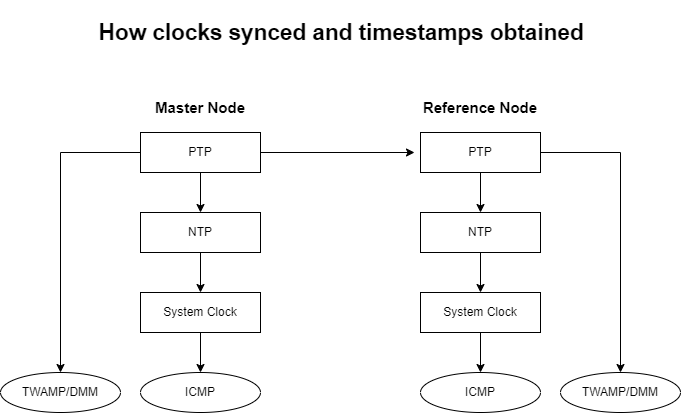
This is PTP.drawio.png from yangzi326/Python, a draw.io export, as it was before one commit. Source tidied: cells renumbered, new cells last; positions are measured from the earlier drawing's top-left corner, leaving out a move shared by most shapes. Its diagram source:
```xml
<mxGraphModel>
  <root>
    <mxCell id="0" />
    <mxCell id="1" parent="0" />
    <mxCell id="2" style="edgeStyle=orthogonalEdgeStyle;rounded=0;jettySize=auto;html=1;exitX=0.5;exitY=1;exitDx=0;exitDy=0;entryX=0.5;entryY=0;entryDx=0;entryDy=0;" parent="1" edge="1" source="5" target="16">
      <mxGeometry relative="1" as="geometry" />
    </mxCell>
    <mxCell id="3" style="edgeStyle=orthogonalEdgeStyle;rounded=0;jettySize=auto;html=1;exitX=1;exitY=0.5;exitDx=0;exitDy=0;entryX=-0.05;entryY=0.5;entryDx=0;entryDy=0;entryPerimeter=0;" parent="1" edge="1" source="5" target="8">
      <mxGeometry relative="1" as="geometry" />
    </mxCell>
    <mxCell id="4" style="edgeStyle=orthogonalEdgeStyle;rounded=0;jettySize=auto;html=1;exitX=0;exitY=0.5;exitDx=0;exitDy=0;entryX=0.5;entryY=0;entryDx=0;entryDy=0;" parent="1" edge="1" source="5" target="21">
      <mxGeometry relative="1" as="geometry" />
    </mxCell>
    <mxCell id="5" value="PTP" style="rounded=0;whiteSpace=wrap;html=1;" parent="1" vertex="1">
      <mxGeometry x="140" y="115" width="120" height="40" as="geometry" />
    </mxCell>
    <mxCell id="6" style="edgeStyle=orthogonalEdgeStyle;rounded=0;jettySize=auto;html=1;exitX=0.5;exitY=1;exitDx=0;exitDy=0;entryX=0.5;entryY=0;entryDx=0;entryDy=0;" parent="1" edge="1" source="8" target="10">
      <mxGeometry relative="1" as="geometry" />
    </mxCell>
    <mxCell id="7" style="edgeStyle=orthogonalEdgeStyle;rounded=0;jettySize=auto;html=1;exitX=1;exitY=0.5;exitDx=0;exitDy=0;entryX=0.5;entryY=0;entryDx=0;entryDy=0;" parent="1" edge="1" source="8">
      <mxGeometry relative="1" as="geometry">
        <mxPoint x="620" y="355" as="targetPoint" />
      </mxGeometry>
    </mxCell>
    <mxCell id="8" value="PTP" style="rounded=0;whiteSpace=wrap;html=1;" parent="1" vertex="1">
      <mxGeometry x="420" y="115" width="120" height="40" as="geometry" />
    </mxCell>
    <mxCell id="9" style="edgeStyle=orthogonalEdgeStyle;rounded=0;jettySize=auto;html=1;exitX=0.5;exitY=1;exitDx=0;exitDy=0;entryX=0.5;entryY=0;entryDx=0;entryDy=0;" parent="1" edge="1" source="10" target="14">
      <mxGeometry relative="1" as="geometry" />
    </mxCell>
    <mxCell id="10" value="NTP" style="rounded=0;whiteSpace=wrap;html=1;" parent="1" vertex="1">
      <mxGeometry x="420" y="195" width="120" height="40" as="geometry" />
    </mxCell>
    <mxCell id="11" style="edgeStyle=orthogonalEdgeStyle;rounded=0;jettySize=auto;html=1;exitX=0.5;exitY=1;exitDx=0;exitDy=0;entryX=0.5;entryY=0;entryDx=0;entryDy=0;" parent="1" edge="1" source="12">
      <mxGeometry relative="1" as="geometry">
        <mxPoint x="200" y="355" as="targetPoint" />
      </mxGeometry>
    </mxCell>
    <mxCell id="12" value="System Clock" style="rounded=0;whiteSpace=wrap;html=1;" parent="1" vertex="1">
      <mxGeometry x="140" y="275" width="120" height="40" as="geometry" />
    </mxCell>
    <mxCell id="13" style="edgeStyle=orthogonalEdgeStyle;rounded=0;jettySize=auto;html=1;exitX=0.5;exitY=1;exitDx=0;exitDy=0;entryX=0.5;entryY=0;entryDx=0;entryDy=0;" parent="1" edge="1" source="14">
      <mxGeometry relative="1" as="geometry">
        <mxPoint x="480" y="355" as="targetPoint" />
      </mxGeometry>
    </mxCell>
    <mxCell id="14" value="System Clock" style="rounded=0;whiteSpace=wrap;html=1;" parent="1" vertex="1">
      <mxGeometry x="420" y="275" width="120" height="40" as="geometry" />
    </mxCell>
    <mxCell id="15" style="edgeStyle=orthogonalEdgeStyle;rounded=0;jettySize=auto;html=1;exitX=0.5;exitY=1;exitDx=0;exitDy=0;entryX=0.5;entryY=0;entryDx=0;entryDy=0;" parent="1" edge="1" source="16" target="12">
      <mxGeometry relative="1" as="geometry" />
    </mxCell>
    <mxCell id="16" value="NTP" style="rounded=0;whiteSpace=wrap;html=1;" parent="1" vertex="1">
      <mxGeometry x="140" y="195" width="120" height="40" as="geometry" />
    </mxCell>
    <mxCell id="17" value="Master Node" style="text;html=1;strokeColor=none;fillColor=none;align=center;verticalAlign=middle;whiteSpace=wrap;rounded=0;fontStyle=1;fontSize=15;" parent="1" vertex="1">
      <mxGeometry x="140" y="75" width="120" height="30" as="geometry" />
    </mxCell>
    <mxCell id="18" value="Reference Node" style="text;html=1;strokeColor=none;fillColor=none;align=center;verticalAlign=middle;whiteSpace=wrap;rounded=0;fontStyle=1;fontSize=15;" parent="1" vertex="1">
      <mxGeometry x="420" y="75" width="120" height="30" as="geometry" />
    </mxCell>
    <mxCell id="19" value="ICMP" style="ellipse;whiteSpace=wrap;html=1;" parent="1" vertex="1">
      <mxGeometry x="420" y="355" width="120" height="40" as="geometry" />
    </mxCell>
    <mxCell id="20" value="ICMP" style="ellipse;whiteSpace=wrap;html=1;" parent="1" vertex="1">
      <mxGeometry x="140" y="355" width="120" height="40" as="geometry" />
    </mxCell>
    <mxCell id="21" value="TWAMP/DMM" style="ellipse;whiteSpace=wrap;html=1;" parent="1" vertex="1">
      <mxGeometry y="355" width="120" height="40" as="geometry" />
    </mxCell>
    <mxCell id="22" value="TWAMP/DMM" style="ellipse;whiteSpace=wrap;html=1;" parent="1" vertex="1">
      <mxGeometry x="560" y="355" width="120" height="40" as="geometry" />
    </mxCell>
    <mxCell id="23" value="&lt;h2&gt;&lt;b&gt;How clocks synced and timestamps obtained&lt;/b&gt;&lt;/h2&gt;" style="text;html=1;strokeColor=none;fillColor=none;align=center;verticalAlign=middle;whiteSpace=wrap;rounded=0;fontSize=15;" parent="1" vertex="1">
      <mxGeometry x="61" width="560" height="30" as="geometry" />
    </mxCell>
  </root>
</mxGraphModel>
```
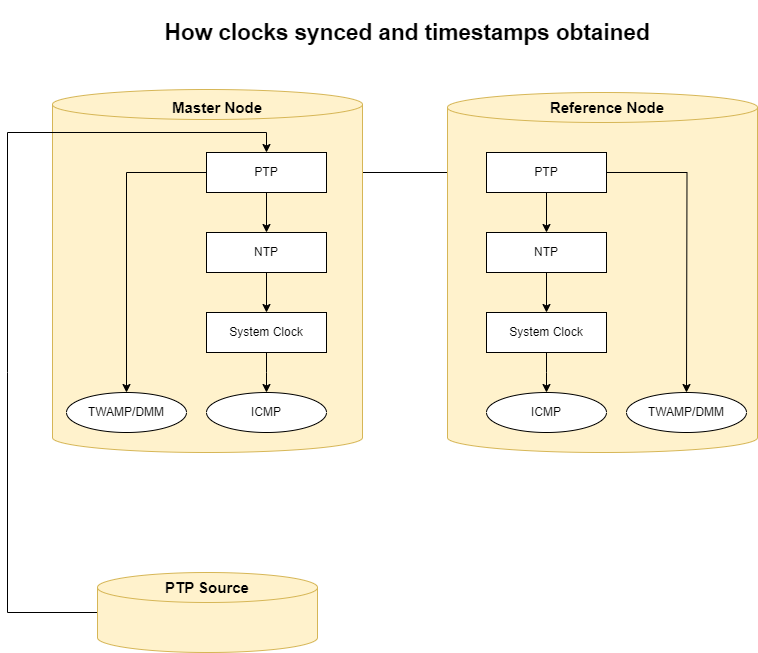
Above is the later version.

Diff of the diagram source:
```diff
@@ -2,77 +2,117 @@
   <root>
     <mxCell id="0" />
     <mxCell id="1" parent="0" />
-    <mxCell id="2" style="edgeStyle=orthogonalEdgeStyle;rounded=0;jettySize=auto;html=1;exitX=0.5;exitY=1;exitDx=0;exitDy=0;entryX=0.5;entryY=0;entryDx=0;entryDy=0;" parent="1" edge="1" source="5" target="16">
-      <mxGeometry relative="1" as="geometry" />
-    </mxCell>
-    <mxCell id="3" style="edgeStyle=orthogonalEdgeStyle;rounded=0;jettySize=auto;html=1;exitX=1;exitY=0.5;exitDx=0;exitDy=0;entryX=-0.05;entryY=0.5;entryDx=0;entryDy=0;entryPerimeter=0;" parent="1" edge="1" source="5" target="8">
+    <mxCell id="3" style="edgeStyle=orthogonalEdgeStyle;rounded=0;jettySize=auto;html=1;exitX=1;exitY=0.5;exitDx=0;exitDy=0;entryX=0;entryY=0.5;entryDx=0;entryDy=0;" parent="1" edge="1" source="5" target="8">
       <mxGeometry relative="1" as="geometry" />
     </mxCell>
-    <mxCell id="4" style="edgeStyle=orthogonalEdgeStyle;rounded=0;jettySize=auto;html=1;exitX=0;exitY=0.5;exitDx=0;exitDy=0;entryX=0.5;entryY=0;entryDx=0;entryDy=0;" parent="1" edge="1" source="5" target="21">
-      <mxGeometry relative="1" as="geometry" />
-    </mxCell>
-    <mxCell id="5" value="PTP" style="rounded=0;whiteSpace=wrap;html=1;" parent="1" vertex="1">
-      <mxGeometry x="140" y="115" width="120" height="40" as="geometry" />
-    </mxCell>
-    <mxCell id="6" style="edgeStyle=orthogonalEdgeStyle;rounded=0;jettySize=auto;html=1;exitX=0.5;exitY=1;exitDx=0;exitDy=0;entryX=0.5;entryY=0;entryDx=0;entryDy=0;" parent="1" edge="1" source="8" target="10">
-      <mxGeometry relative="1" as="geometry" />
-    </mxCell>
+    <mxCell id="24" style="group;" parent="1" vertex="1">
+      <mxGeometry x="-14" y="72" width="310" height="363" as="geometry" />
+    </mxCell>
+    <mxCell id="25" style="shape=cylinder3;whiteSpace=wrap;html=1;boundedLbl=1;backgroundOutline=1;size=15;fillColor=#fff2cc;strokeColor=#d6b656;gradientColor=none;fillStyle=solid;shadow=0;" parent="24" vertex="1">
+      <mxGeometry width="310" height="363" as="geometry" />
+    </mxCell>
+    <mxCell id="17" value="Master Node" style="text;html=1;strokeColor=none;fillColor=none;align=center;verticalAlign=middle;whiteSpace=wrap;rounded=0;fontStyle=1;fontSize=15;" parent="24" vertex="1">
+      <mxGeometry x="105" y="3" width="120" height="30" as="geometry" />
+    </mxCell>
+    <mxCell id="23" value="&lt;h2&gt;&lt;b&gt;How clocks synced and timestamps obtained&lt;/b&gt;&lt;/h2&gt;" style="text;html=1;strokeColor=none;fillColor=none;align=center;verticalAlign=middle;whiteSpace=wrap;rounded=0;fontSize=15;" parent="1" vertex="1">
+      <mxGeometry x="61" width="560" height="30" as="geometry" />
+    </mxCell>
+    <mxCell id="26" style="group;" parent="1" vertex="1">
+      <mxGeometry x="381" y="75" width="310" height="360" as="geometry" />
+    </mxCell>
+    <mxCell id="27" style="shape=cylinder3;whiteSpace=wrap;html=1;boundedLbl=1;backgroundOutline=1;size=15;fillColor=#fff2cc;strokeColor=#d6b656;gradientColor=none;fillStyle=solid;shadow=0;" parent="26" vertex="1">
+      <mxGeometry width="310" height="360" as="geometry" />
+    </mxCell>
+    <mxCell id="18" value="Reference Node" style="text;html=1;strokeColor=none;fillColor=none;align=center;verticalAlign=middle;whiteSpace=wrap;rounded=0;fontStyle=1;fontSize=15;" parent="26" vertex="1">
+      <mxGeometry x="100" width="120" height="30" as="geometry" />
+    </mxCell>
+    <mxCell id="28" style="endArrow=classic;html=1;rounded=0;exitX=0;exitY=0.5;exitDx=0;exitDy=0;exitPerimeter=0;entryX=0.5;entryY=0;entryDx=0;entryDy=0;" parent="1" edge="1" source="33" target="5">
+      <mxGeometry relative="1" as="geometry">
+        <Array as="points">
+          <mxPoint x="-59" y="595" />
+          <mxPoint x="-59" y="355" />
+          <mxPoint x="-59" y="115" />
+          <mxPoint x="200" y="115" />
+        </Array>
+      </mxGeometry>
+    </mxCell>
+    <mxCell id="29" style="group;" parent="1" vertex="1">
+      <mxGeometry x="420" y="135" width="260" height="280" as="geometry" />
+    </mxCell>
-    <mxCell id="7" style="edgeStyle=orthogonalEdgeStyle;rounded=0;jettySize=auto;html=1;exitX=1;exitY=0.5;exitDx=0;exitDy=0;entryX=0.5;entryY=0;entryDx=0;entryDy=0;" parent="1" edge="1" source="8">
+    <mxCell id="7" style="edgeStyle=orthogonalEdgeStyle;rounded=0;jettySize=auto;html=1;exitX=1;exitY=0.5;exitDx=0;exitDy=0;entryX=0.5;entryY=0;entryDx=0;entryDy=0;" parent="29" edge="1" source="8">
       <mxGeometry relative="1" as="geometry">
-        <mxPoint x="620" y="355" as="targetPoint" />
+        <mxPoint x="200" y="240" as="targetPoint" />
       </mxGeometry>
     </mxCell>
-    <mxCell id="8" value="PTP" style="rounded=0;whiteSpace=wrap;html=1;" parent="1" vertex="1">
-      <mxGeometry x="420" y="115" width="120" height="40" as="geometry" />
+    <mxCell id="8" value="PTP" style="rounded=0;whiteSpace=wrap;html=1;" parent="29" vertex="1">
+      <mxGeometry width="120" height="40" as="geometry" />
     </mxCell>
-    <mxCell id="9" style="edgeStyle=orthogonalEdgeStyle;rounded=0;jettySize=auto;html=1;exitX=0.5;exitY=1;exitDx=0;exitDy=0;entryX=0.5;entryY=0;entryDx=0;entryDy=0;" parent="1" edge="1" source="10" target="14">
-      <mxGeometry relative="1" as="geometry" />
-    </mxCell>
-    <mxCell id="10" value="NTP" style="rounded=0;whiteSpace=wrap;html=1;" parent="1" vertex="1">
-      <mxGeometry x="420" y="195" width="120" height="40" as="geometry" />
+    <mxCell id="10" value="NTP" style="rounded=0;whiteSpace=wrap;html=1;" parent="29" vertex="1">
+      <mxGeometry y="80" width="120" height="40" as="geometry" />
     </mxCell>
-    <mxCell id="11" style="edgeStyle=orthogonalEdgeStyle;rounded=0;jettySize=auto;html=1;exitX=0.5;exitY=1;exitDx=0;exitDy=0;entryX=0.5;entryY=0;entryDx=0;entryDy=0;" parent="1" edge="1" source="12">
-      <mxGeometry relative="1" as="geometry">
-        <mxPoint x="200" y="355" as="targetPoint" />
-      </mxGeometry>
-    </mxCell>
-    <mxCell id="12" value="System Clock" style="rounded=0;whiteSpace=wrap;html=1;" parent="1" vertex="1">
-      <mxGeometry x="140" y="275" width="120" height="40" as="geometry" />
-    </mxCell>
+    <mxCell id="6" style="edgeStyle=orthogonalEdgeStyle;rounded=0;jettySize=auto;html=1;exitX=0.5;exitY=1;exitDx=0;exitDy=0;entryX=0.5;entryY=0;entryDx=0;entryDy=0;" parent="29" edge="1" source="8" target="10">
+      <mxGeometry relative="1" as="geometry" />
+    </mxCell>
-    <mxCell id="13" style="edgeStyle=orthogonalEdgeStyle;rounded=0;jettySize=auto;html=1;exitX=0.5;exitY=1;exitDx=0;exitDy=0;entryX=0.5;entryY=0;entryDx=0;entryDy=0;" parent="1" edge="1" source="14">
+    <mxCell id="13" style="edgeStyle=orthogonalEdgeStyle;rounded=0;jettySize=auto;html=1;exitX=0.5;exitY=1;exitDx=0;exitDy=0;entryX=0.5;entryY=0;entryDx=0;entryDy=0;" parent="29" edge="1" source="14">
       <mxGeometry relative="1" as="geometry">
-        <mxPoint x="480" y="355" as="targetPoint" />
+        <mxPoint x="60" y="240" as="targetPoint" />
       </mxGeometry>
     </mxCell>
-    <mxCell id="14" value="System Clock" style="rounded=0;whiteSpace=wrap;html=1;" parent="1" vertex="1">
-      <mxGeometry x="420" y="275" width="120" height="40" as="geometry" />
+    <mxCell id="14" value="System Clock" style="rounded=0;whiteSpace=wrap;html=1;" parent="29" vertex="1">
+      <mxGeometry y="160" width="120" height="40" as="geometry" />
     </mxCell>
-    <mxCell id="15" style="edgeStyle=orthogonalEdgeStyle;rounded=0;jettySize=auto;html=1;exitX=0.5;exitY=1;exitDx=0;exitDy=0;entryX=0.5;entryY=0;entryDx=0;entryDy=0;" parent="1" edge="1" source="16" target="12">
-      <mxGeometry relative="1" as="geometry" />
-    </mxCell>
+    <mxCell id="9" style="edgeStyle=orthogonalEdgeStyle;rounded=0;jettySize=auto;html=1;exitX=0.5;exitY=1;exitDx=0;exitDy=0;entryX=0.5;entryY=0;entryDx=0;entryDy=0;" parent="29" edge="1" source="10" target="14">
+      <mxGeometry relative="1" as="geometry" />
+    </mxCell>
+    <mxCell id="19" value="ICMP" style="ellipse;whiteSpace=wrap;html=1;" parent="29" vertex="1">
+      <mxGeometry y="240" width="120" height="40" as="geometry" />
+    </mxCell>
+    <mxCell id="22" value="TWAMP/DMM" style="ellipse;whiteSpace=wrap;html=1;" parent="29" vertex="1">
+      <mxGeometry x="140" y="240" width="120" height="40" as="geometry" />
+    </mxCell>
+    <mxCell id="30" style="group;" parent="1" vertex="1">
+      <mxGeometry y="135" width="260" height="280" as="geometry" />
+    </mxCell>
+    <mxCell id="11" style="edgeStyle=orthogonalEdgeStyle;rounded=0;jettySize=auto;html=1;exitX=0.5;exitY=1;exitDx=0;exitDy=0;entryX=0.5;entryY=0;entryDx=0;entryDy=0;" parent="30" edge="1" source="12">
+      <mxGeometry relative="1" as="geometry">
+        <mxPoint x="200" y="240" as="targetPoint" />
+      </mxGeometry>
+    </mxCell>
+    <mxCell id="31" style="group;" parent="30" vertex="1">
+      <mxGeometry width="260" height="280" as="geometry" />
+    </mxCell>
+    <mxCell id="5" value="PTP" style="rounded=0;whiteSpace=wrap;html=1;" parent="31" vertex="1">
+      <mxGeometry x="140" width="120" height="40" as="geometry" />
+    </mxCell>
+    <mxCell id="12" value="System Clock" style="rounded=0;whiteSpace=wrap;html=1;" parent="31" vertex="1">
+      <mxGeometry x="140" y="160" width="120" height="40" as="geometry" />
+    </mxCell>
-    <mxCell id="16" value="NTP" style="rounded=0;whiteSpace=wrap;html=1;" parent="1" vertex="1">
-      <mxGeometry x="140" y="195" width="120" height="40" as="geometry" />
+    <mxCell id="16" value="NTP" style="rounded=0;whiteSpace=wrap;html=1;" parent="31" vertex="1">
+      <mxGeometry x="140" y="80" width="120" height="40" as="geometry" />
     </mxCell>
-    <mxCell id="17" value="Master Node" style="text;html=1;strokeColor=none;fillColor=none;align=center;verticalAlign=middle;whiteSpace=wrap;rounded=0;fontStyle=1;fontSize=15;" parent="1" vertex="1">
-      <mxGeometry x="140" y="75" width="120" height="30" as="geometry" />
-    </mxCell>
-    <mxCell id="18" value="Reference Node" style="text;html=1;strokeColor=none;fillColor=none;align=center;verticalAlign=middle;whiteSpace=wrap;rounded=0;fontStyle=1;fontSize=15;" parent="1" vertex="1">
-      <mxGeometry x="420" y="75" width="120" height="30" as="geometry" />
-    </mxCell>
-    <mxCell id="19" value="ICMP" style="ellipse;whiteSpace=wrap;html=1;" parent="1" vertex="1">
-      <mxGeometry x="420" y="355" width="120" height="40" as="geometry" />
-    </mxCell>
+    <mxCell id="2" style="edgeStyle=orthogonalEdgeStyle;rounded=0;jettySize=auto;html=1;exitX=0.5;exitY=1;exitDx=0;exitDy=0;entryX=0.5;entryY=0;entryDx=0;entryDy=0;" parent="31" edge="1" source="5" target="16">
+      <mxGeometry relative="1" as="geometry" />
+    </mxCell>
-    <mxCell id="20" value="ICMP" style="ellipse;whiteSpace=wrap;html=1;" parent="1" vertex="1">
-      <mxGeometry x="140" y="355" width="120" height="40" as="geometry" />
+    <mxCell id="20" value="ICMP" style="ellipse;whiteSpace=wrap;html=1;" parent="31" vertex="1">
+      <mxGeometry x="140" y="240" width="120" height="40" as="geometry" />
     </mxCell>
-    <mxCell id="21" value="TWAMP/DMM" style="ellipse;whiteSpace=wrap;html=1;" parent="1" vertex="1">
-      <mxGeometry y="355" width="120" height="40" as="geometry" />
+    <mxCell id="21" value="TWAMP/DMM" style="ellipse;whiteSpace=wrap;html=1;" parent="31" vertex="1">
+      <mxGeometry y="240" width="120" height="40" as="geometry" />
     </mxCell>
-    <mxCell id="22" value="TWAMP/DMM" style="ellipse;whiteSpace=wrap;html=1;" parent="1" vertex="1">
-      <mxGeometry x="560" y="355" width="120" height="40" as="geometry" />
-    </mxCell>
-    <mxCell id="23" value="&lt;h2&gt;&lt;b&gt;How clocks synced and timestamps obtained&lt;/b&gt;&lt;/h2&gt;" style="text;html=1;strokeColor=none;fillColor=none;align=center;verticalAlign=middle;whiteSpace=wrap;rounded=0;fontSize=15;" parent="1" vertex="1">
-      <mxGeometry x="61" width="560" height="30" as="geometry" />
-    </mxCell>
+    <mxCell id="15" style="edgeStyle=orthogonalEdgeStyle;rounded=0;jettySize=auto;html=1;exitX=0.5;exitY=1;exitDx=0;exitDy=0;entryX=0.5;entryY=0;entryDx=0;entryDy=0;" parent="31" edge="1" source="16" target="12">
+      <mxGeometry relative="1" as="geometry" />
+    </mxCell>
+    <mxCell id="4" style="edgeStyle=orthogonalEdgeStyle;rounded=0;jettySize=auto;html=1;exitX=0;exitY=0.5;exitDx=0;exitDy=0;entryX=0.5;entryY=0;entryDx=0;entryDy=0;" parent="31" edge="1" source="5" target="21">
+      <mxGeometry relative="1" as="geometry" />
+    </mxCell>
+    <mxCell id="32" style="group;" parent="1" vertex="1">
+      <mxGeometry x="31" y="555" width="220" height="80" as="geometry" />
+    </mxCell>
+    <mxCell id="33" style="shape=cylinder3;whiteSpace=wrap;html=1;boundedLbl=1;backgroundOutline=1;size=15;fillColor=#fff2cc;strokeColor=#d6b656;gradientColor=none;fillStyle=solid;shadow=0;" parent="32" vertex="1">
+      <mxGeometry width="220" height="80" as="geometry" />
+    </mxCell>
+    <mxCell id="34" value="PTP Source" style="text;html=1;strokeColor=none;fillColor=none;align=center;verticalAlign=middle;whiteSpace=wrap;rounded=0;fontStyle=1;fontSize=15;" parent="32" vertex="1">
+      <mxGeometry x="50" width="120" height="30" as="geometry" />
+    </mxCell>
   </root>
 </mxGraphModel>
```
